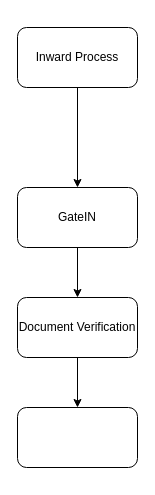
Earlier version of the draw.io diagram Untitled Diagram.drawio (Sagar-1990/JavaTutorial). Source tidied: cells renumbered, new cells numbered last; positions are measured from the earlier drawing's top-left corner, leaving out a move shared by most shapes. Both pictures are drawn from the tidied source at 100%, with x=0, y=0 at pixel (17, 27).
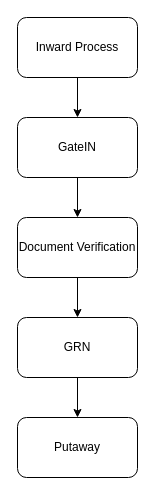
After the change.

Diff of the diagram source:
```diff
@@
 <mxGraphModel>
   <root>
     <mxCell id="0" />
     <mxCell id="1" parent="0" />
     <mxCell id="2" style="edgeStyle=orthogonalEdgeStyle;rounded=0;jettySize=auto;html=1;" parent="1" edge="1" source="3" target="5">
       <mxGeometry relative="1" as="geometry" />
     </mxCell>
     <mxCell id="3" value="Inward Process" style="rounded=1;whiteSpace=wrap;html=1;" parent="1" vertex="1">
-      <mxGeometry width="120" height="60" as="geometry" />
+      <mxGeometry y="-10" width="120" height="60" as="geometry" />
     </mxCell>
     <mxCell id="4" style="edgeStyle=orthogonalEdgeStyle;rounded=0;jettySize=auto;html=1;entryX=0.5;entryY=0;entryDx=0;entryDy=0;" parent="1" edge="1" source="5" target="7">
       <mxGeometry relative="1" as="geometry" />
     </mxCell>
     <mxCell id="5" value="GateIN" style="rounded=1;whiteSpace=wrap;html=1;" parent="1" vertex="1">
-      <mxGeometry y="160" width="120" height="60" as="geometry" />
+      <mxGeometry y="90" width="120" height="60" as="geometry" />
     </mxCell>
     <mxCell id="6" style="edgeStyle=orthogonalEdgeStyle;rounded=0;jettySize=auto;html=1;" parent="1" edge="1" source="7" target="8">
       <mxGeometry relative="1" as="geometry" />
     </mxCell>
     <mxCell id="7" value="Document Verification" style="rounded=1;whiteSpace=wrap;html=1;" parent="1" vertex="1">
-      <mxGeometry y="270" width="120" height="60" as="geometry" />
+      <mxGeometry y="190" width="120" height="60" as="geometry" />
     </mxCell>
+    <mxCell id="9" style="edgeStyle=orthogonalEdgeStyle;rounded=0;jettySize=auto;html=1;" parent="1" edge="1" source="8" target="10">
+      <mxGeometry relative="1" as="geometry" />
+    </mxCell>
-    <mxCell id="8" style="rounded=1;whiteSpace=wrap;html=1;" parent="1" vertex="1">
-      <mxGeometry y="380" width="120" height="60" as="geometry" />
+    <mxCell id="8" value="GRN" style="rounded=1;whiteSpace=wrap;html=1;" parent="1" vertex="1">
+      <mxGeometry y="290" width="120" height="60" as="geometry" />
     </mxCell>
+    <mxCell id="10" value="Putaway" style="rounded=1;whiteSpace=wrap;html=1;" parent="1" vertex="1">
+      <mxGeometry y="390" width="120" height="60" as="geometry" />
+    </mxCell>
   </root>
 </mxGraphModel>
```
